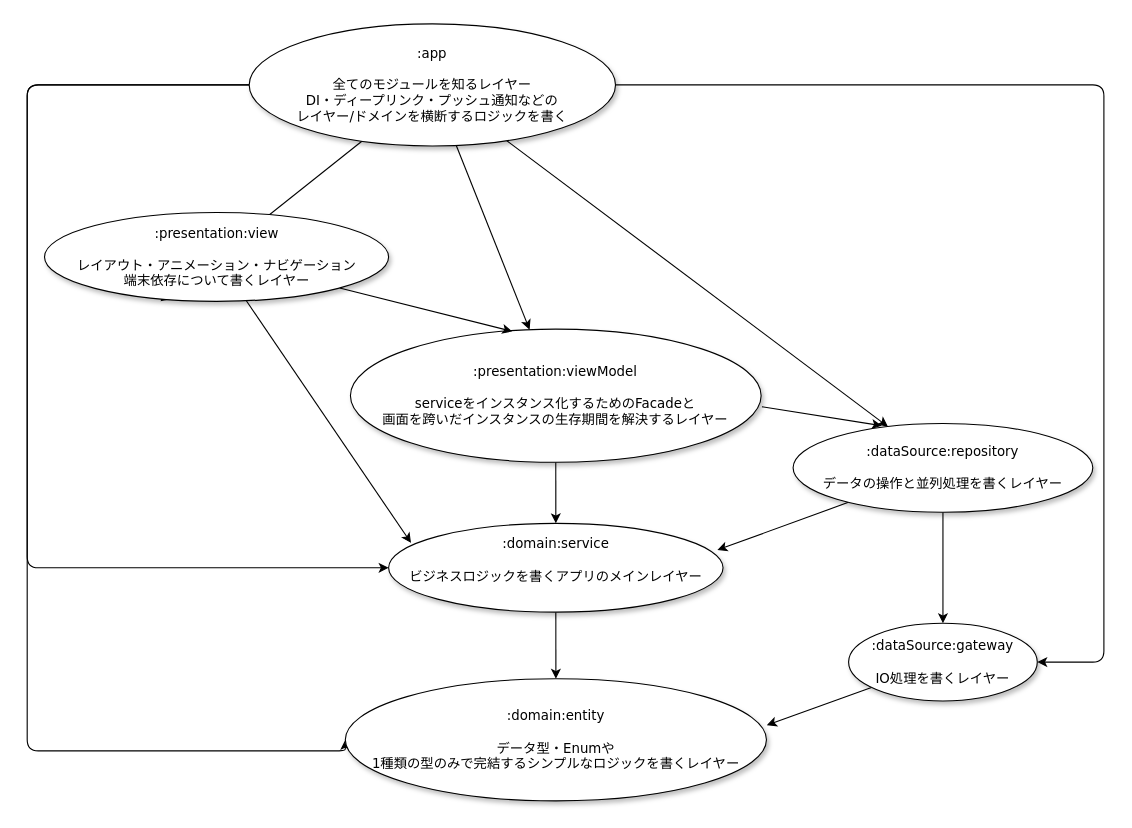
This is document/ArchitectureDiagramSource.drawio from narumichi0710/AndroidArchitectureTemplate, a draw.io file, before an edit. Source tidied: cells renumbered, new cells numbered last; positions are measured from the earlier drawing's top-left corner, leaving out a move shared by most shapes. Both pictures are drawn from the tidied source at 111%, with x=0, y=0 at pixel (27, 23).
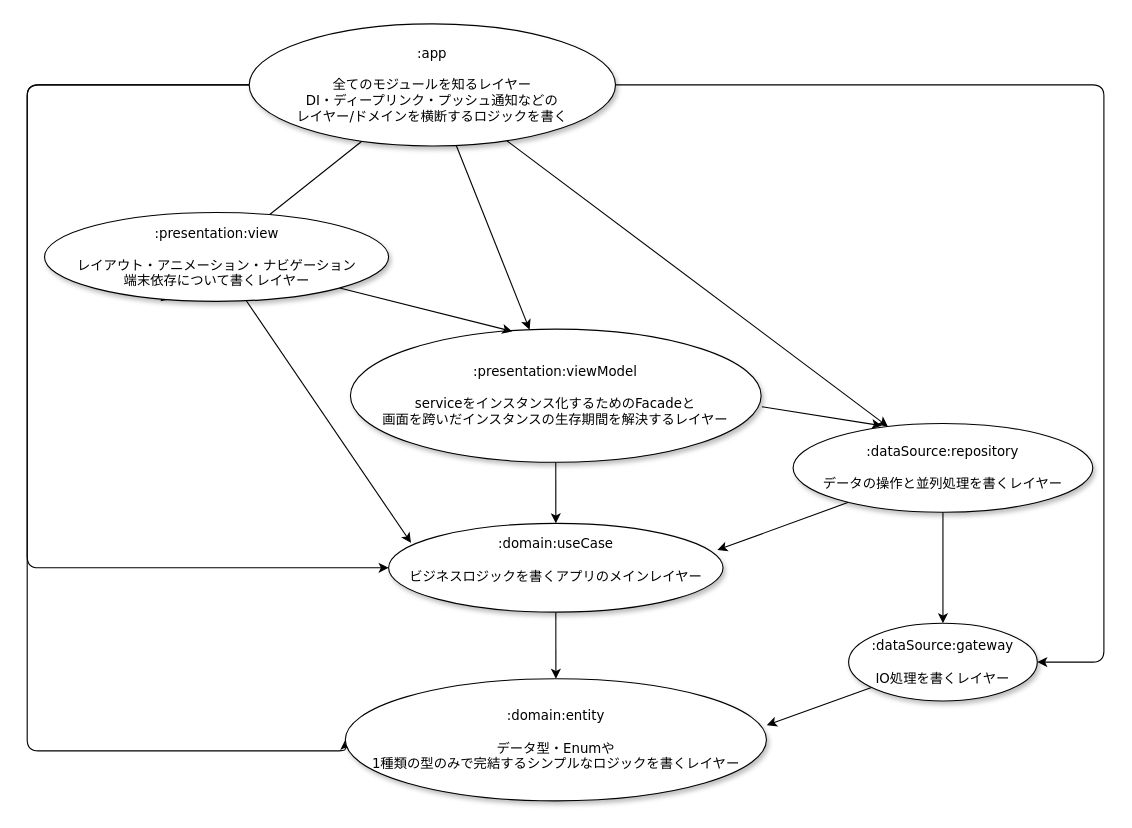
The same page after the edit.

Commit message (it also covers changes not shown here):
レイヤー名の変更に合わせて構成図も変更

Change to the diagram source:
```diff
@@
-    <mxCell id="18" value="&lt;span&gt;:domain:service&lt;br&gt;&lt;br&gt;ビジネスロジックを書くアプリのメインレイヤー&lt;br&gt;&lt;br&gt;&lt;/span&gt;" style="ellipse;whiteSpace=wrap;html=1;rounded=0;shadow=1;comic=0;labelBackgroundColor=none;strokeWidth=1;fontFamily=Verdana;fontSize=12;align=center;" parent="1" vertex="1">
+    <mxCell id="18" value="&lt;span&gt;:domain:useCase&lt;br&gt;&lt;br&gt;ビジネスロジックを書くアプリのメインレイヤー&lt;br&gt;&lt;br&gt;&lt;/span&gt;" style="ellipse;whiteSpace=wrap;html=1;rounded=0;shadow=1;comic=0;labelBackgroundColor=none;strokeWidth=1;fontFamily=Verdana;fontSize=12;align=center;" parent="1" vertex="1">
       <mxGeometry x="325.6" y="450" width="301.3" height="80" as="geometry" />
     </mxCell>
```
